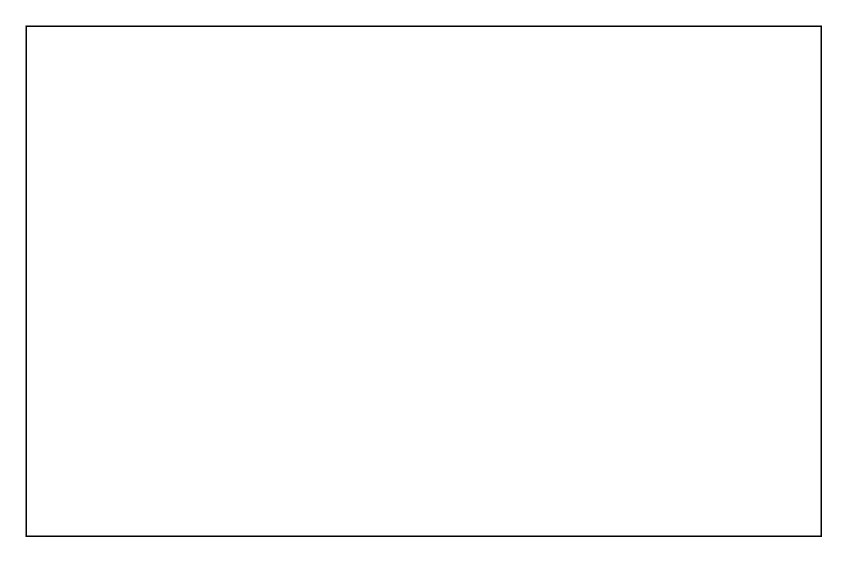
Earlier version of the draw.io diagram 未命名绘图.drawio (Joserii/ECAPAModel_DF). Source tidied: cells renumbered, new cells numbered last; positions are measured from the earlier drawing's top-left corner, leaving out a move shared by most shapes. Both pictures are drawn from the tidied source at 150%, with x=0, y=0 at pixel (26, 26).
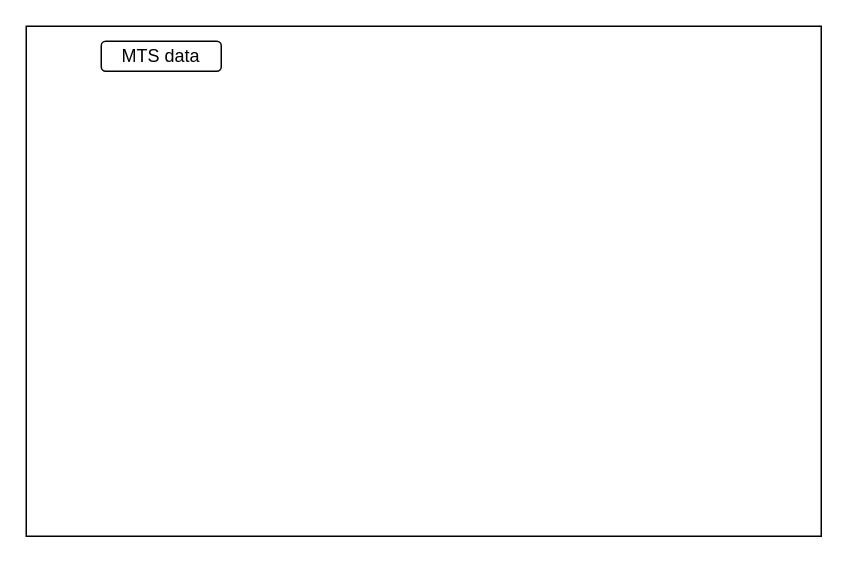
Above is the later version.

Commit message (it also covers changes not shown here):
更新未命名绘图.drawio

Diff of the diagram source:
```diff
@@
 <mxGraphModel>
   <root>
     <mxCell id="0" />
     <mxCell id="1" parent="0" />
     <mxCell id="2" style="rounded=0;whiteSpace=wrap;html=1;" parent="1" vertex="1">
       <mxGeometry width="530" height="340" as="geometry" />
     </mxCell>
+    <mxCell id="3" value="MTS data" style="rounded=1;whiteSpace=wrap;html=1;" parent="1" vertex="1">
+      <mxGeometry x="50" y="10" width="80" height="20" as="geometry" />
+    </mxCell>
   </root>
 </mxGraphModel>
```
